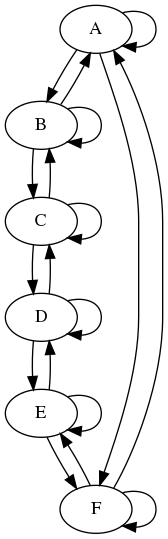
Before: notebooks/hifi.png, a diagram exported from Graphviz (wesmith/phial). Its source is kept beside it as notebooks/hifi.png.dot. Its diagram source:
```dot
digraph "None" {
A;
B;
C;
D;
E;
F;
A -> A;
A -> B;
A -> F;
B -> A;
B -> B;
B -> C;
C -> B;
C -> C;
C -> D;
D -> C;
D -> D;
D -> E;
E -> D;
E -> E;
E -> F;
F -> A;
F -> E;
F -> F;
}
```
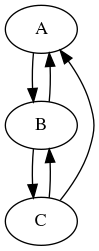
After the change.

Change to the diagram source:
```diff
@@ -1,26 +1,10 @@
-digraph "None" {
+strict digraph "3-node mostly bidirectional; OR, XOR, AND" {
 A;
 B;
 C;
-D;
-E;
-F;
-A -> A;
 A -> B;
-A -> F;
 B -> A;
-B -> B;
 B -> C;
+C -> A;
 C -> B;
-C -> C;
-C -> D;
-D -> C;
-D -> D;
-D -> E;
-E -> D;
-E -> E;
-E -> F;
-F -> A;
-F -> E;
-F -> F;
 }
```
